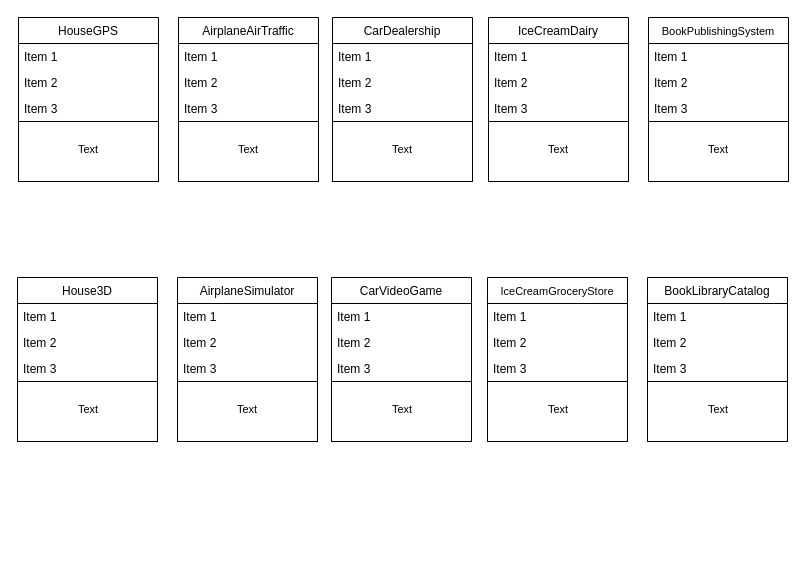
FaySokli/ClassModeling keeps this draw.io diagram as ClassModeling.drawio. Above is the earlier version. Source tidied: cells renumbered, new cells numbered last; positions are measured from the earlier drawing's top-left corner, leaving out a move shared by most shapes. Both pictures are drawn from the tidied source at 100%, with x=0, y=0 at pixel (17, 17).
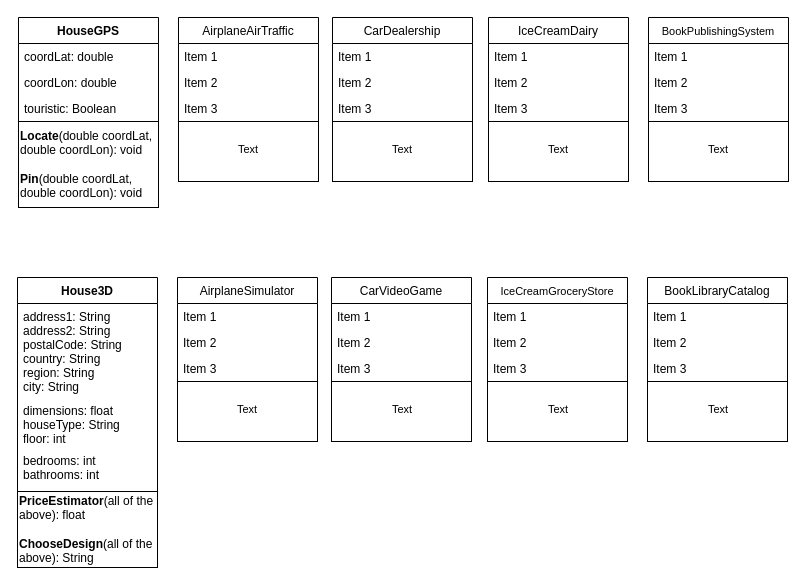
After the change.

Diff of the diagram source:
```diff
@@
-    <mxCell id="2" value="HouseGPS" style="swimlane;fontStyle=0;horizontal=1;startSize=26;fillColor=none;align=center;" parent="1" vertex="1">
+    <mxCell id="2" value="HouseGPS" style="swimlane;fontStyle=1;horizontal=1;startSize=26;fillColor=none;align=center;" parent="1" vertex="1">
       <mxGeometry x="1" width="140" height="104" as="geometry" />
     </mxCell>
-    <mxCell id="3" value="Item 1" style="text;strokeColor=none;fillColor=none;align=left;verticalAlign=top;spacingLeft=4;spacingRight=4;overflow=hidden;" parent="2" vertex="1">
+    <mxCell id="3" value="coordLat: double" style="text;strokeColor=none;fillColor=none;align=left;verticalAlign=top;spacingLeft=4;spacingRight=4;overflow=hidden;" parent="2" vertex="1">
       <mxGeometry y="26" width="140" height="26" as="geometry" />
     </mxCell>
-    <mxCell id="4" value="Item 2" style="text;strokeColor=none;fillColor=none;align=left;verticalAlign=top;spacingLeft=4;spacingRight=4;overflow=hidden;" parent="2" vertex="1">
+    <mxCell id="4" value="coordLon: double" style="text;strokeColor=none;fillColor=none;align=left;verticalAlign=top;spacingLeft=4;spacingRight=4;overflow=hidden;" parent="2" vertex="1">
       <mxGeometry y="52" width="140" height="26" as="geometry" />
     </mxCell>
-    <mxCell id="5" value="Item 3" style="text;strokeColor=none;fillColor=none;align=left;verticalAlign=top;spacingLeft=4;spacingRight=4;overflow=hidden;" parent="2" vertex="1">
+    <mxCell id="5" value="touristic: Boolean" style="text;strokeColor=none;fillColor=none;align=left;verticalAlign=top;spacingLeft=4;spacingRight=4;overflow=hidden;" parent="2" vertex="1">
       <mxGeometry y="78" width="140" height="26" as="geometry" />
     </mxCell>
@@
-    <mxCell id="22" value="House3D" style="swimlane;fontStyle=0;horizontal=1;startSize=26;fillColor=none;align=center;" parent="1" vertex="1">
-      <mxGeometry y="260" width="140" height="104" as="geometry" />
+    <mxCell id="22" value="House3D" style="swimlane;fontStyle=1;horizontal=1;startSize=26;fillColor=none;align=center;" parent="1" vertex="1">
+      <mxGeometry y="260" width="140" height="214" as="geometry" />
     </mxCell>
-    <mxCell id="23" value="Item 1" style="text;strokeColor=none;fillColor=none;align=left;verticalAlign=top;spacingLeft=4;spacingRight=4;overflow=hidden;" parent="22" vertex="1">
-      <mxGeometry y="26" width="140" height="26" as="geometry" />
+    <mxCell id="23" value="address1: String&#10;address2: String&#10;postalCode: String&#10;country: String&#10;region: String&#10;city: String&#10;" style="text;strokeColor=none;fillColor=none;align=left;verticalAlign=top;spacingLeft=4;spacingRight=4;overflow=hidden;" parent="22" vertex="1">
+      <mxGeometry y="26" width="140" height="94" as="geometry" />
     </mxCell>
-    <mxCell id="24" value="Item 2" style="text;strokeColor=none;fillColor=none;align=left;verticalAlign=top;spacingLeft=4;spacingRight=4;overflow=hidden;" parent="22" vertex="1">
-      <mxGeometry y="52" width="140" height="26" as="geometry" />
+    <mxCell id="24" value="dimensions: float&#10;houseType: String&#10;floor: int&#10;" style="text;strokeColor=none;fillColor=none;align=left;verticalAlign=top;spacingLeft=4;spacingRight=4;overflow=hidden;" parent="22" vertex="1">
+      <mxGeometry y="120" width="140" height="50" as="geometry" />
     </mxCell>
-    <mxCell id="25" value="Item 3" style="text;strokeColor=none;fillColor=none;align=left;verticalAlign=top;spacingLeft=4;spacingRight=4;overflow=hidden;" parent="22" vertex="1">
-      <mxGeometry y="78" width="140" height="26" as="geometry" />
+    <mxCell id="25" value="bedrooms: int&#10;bathrooms: int&#10;" style="text;strokeColor=none;fillColor=none;align=left;verticalAlign=top;spacingLeft=4;spacingRight=4;overflow=hidden;" parent="22" vertex="1">
+      <mxGeometry y="170" width="140" height="44" as="geometry" />
     </mxCell>
@@
-    <mxCell id="42" style="rounded=0;whiteSpace=wrap;html=1;align=left;" parent="1" vertex="1">
-      <mxGeometry x="1" y="104" width="140" height="60" as="geometry" />
+    <mxCell id="42" value="&lt;div align=&quot;left&quot;&gt;&lt;b&gt;Locate&lt;/b&gt;(double coordLat, double coordLon): void&lt;/div&gt;&lt;div align=&quot;left&quot;&gt;&lt;br&gt;&lt;/div&gt;&lt;div align=&quot;left&quot;&gt;&lt;b&gt;Pin&lt;/b&gt;(double coordLat, double coordLon): void&lt;br&gt;&lt;/div&gt;" style="rounded=0;whiteSpace=wrap;html=1;align=left;" parent="1" vertex="1">
+      <mxGeometry x="1" y="104" width="140" height="86" as="geometry" />
     </mxCell>
@@
-    <mxCell id="47" style="rounded=0;whiteSpace=wrap;html=1;align=left;" parent="1" vertex="1">
-      <mxGeometry y="364" width="140" height="60" as="geometry" />
+    <mxCell id="47" value="&lt;div&gt;&lt;b&gt;PriceEstimator&lt;/b&gt;(all of the above): float&lt;/div&gt;&lt;div&gt;&lt;br&gt;&lt;/div&gt;&lt;b&gt;ChooseDesign&lt;/b&gt;(all of the above): String" style="rounded=0;whiteSpace=wrap;html=1;align=left;" parent="1" vertex="1">
+      <mxGeometry y="474" width="140" height="76" as="geometry" />
     </mxCell>
@@
-    <mxCell id="52" value="Text" style="text;html=1;strokeColor=none;fillColor=none;align=center;verticalAlign=middle;whiteSpace=wrap;rounded=0;fontSize=11;" parent="1" vertex="1">
-      <mxGeometry x="1" y="104" width="140" height="56" as="geometry" />
-    </mxCell>
-    <mxCell id="53" value="Text" style="text;html=1;strokeColor=none;fillColor=none;align=center;verticalAlign=middle;whiteSpace=wrap;rounded=0;fontSize=11;" parent="1" vertex="1">
-      <mxGeometry x="1" y="364" width="140" height="56" as="geometry" />
-    </mxCell>
```
